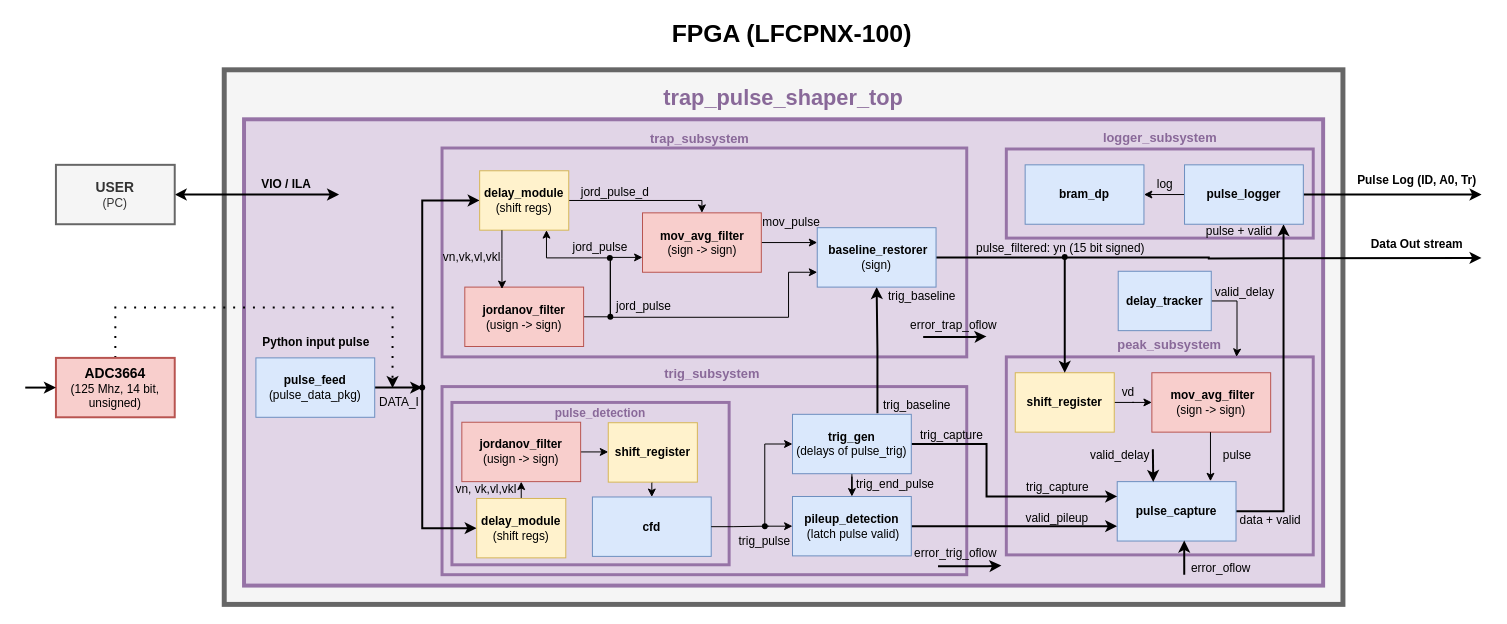
The draw.io diagram docs/Trapezoidal_Pulse_Shaper_BD.drawio in mexarlg/trap_filter, before the edit. Source tidied: cells renumbered, new cells numbered last; positions are measured from the earlier drawing's top-left corner, leaving out a move shared by most shapes. Both pictures are drawn from the tidied source at 99%, with x=0, y=0 at pixel (25, 17).
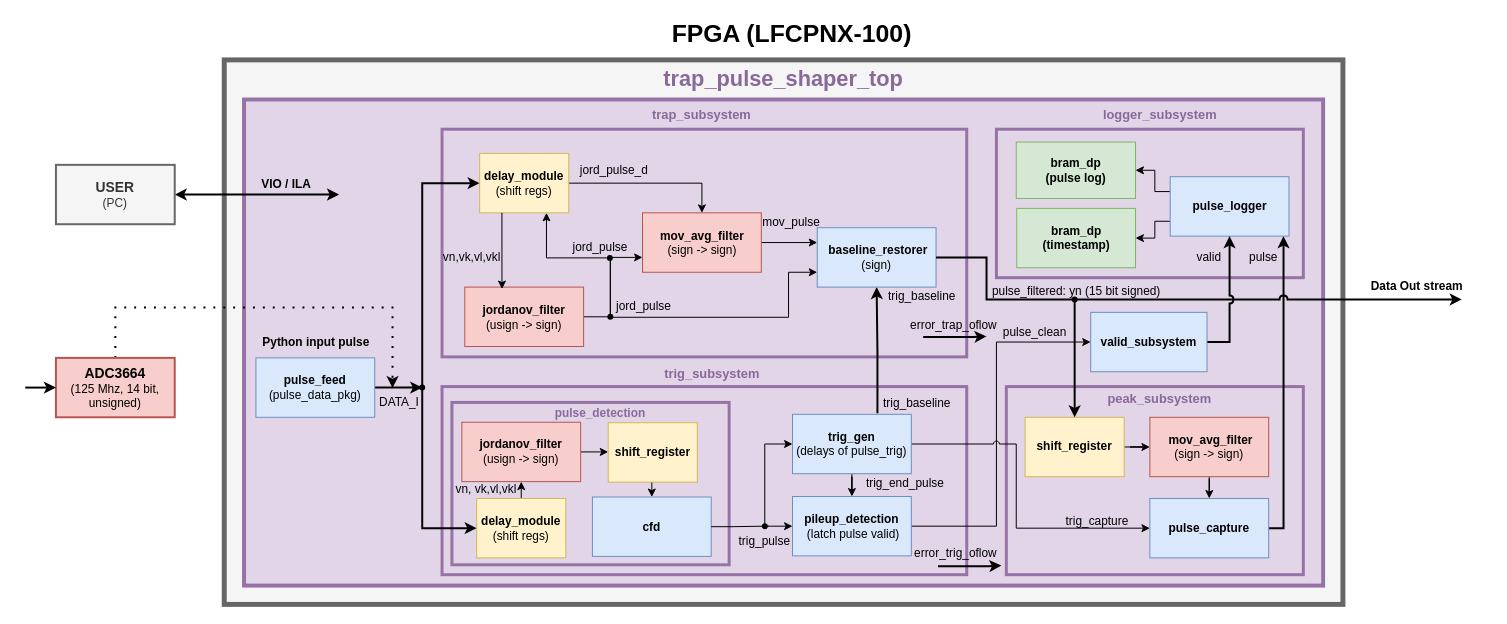
Above is the later version.

Unchanged cells that the change refers to:
```xml
<mxCell id="14" style="shape=waypoint;sketch=0;fillStyle=solid;size=6;points=[];fillColor=none;perimeter=centerPerimeter;snapToPoint=1;" parent="1" vertex="1">
  <mxGeometry x="391" y="364" width="20" height="20" as="geometry" />
</mxCell>
<mxCell id="18" value="&lt;div&gt;&lt;b&gt;pileup_detection&lt;/b&gt;&lt;/div&gt;&lt;div&gt;&amp;nbsp;(latch pulse valid)&lt;/div&gt;" style="rounded=0;whiteSpace=wrap;html=1;fillColor=#dae8fc;strokeColor=#6c8ebf;" parent="1" vertex="1">
  <mxGeometry x="775" y="484" width="120" height="60" as="geometry" />
</mxCell>
<mxCell id="32" value="&lt;div&gt;&lt;span style=&quot;background-color: transparent; color: light-dark(rgb(0, 0, 0), rgb(255, 255, 255));&quot;&gt;&lt;b&gt;&lt;font&gt;mov_avg_filter&lt;/font&gt;&lt;/b&gt;&lt;/span&gt;&lt;/div&gt;&lt;div&gt;&lt;span style=&quot;background-color: transparent; color: light-dark(rgb(0, 0, 0), rgb(255, 255, 255));&quot;&gt;&lt;font&gt;(sign -&amp;gt; sign)&lt;/font&gt;&lt;/span&gt;&lt;/div&gt;" style="rounded=0;whiteSpace=wrap;html=1;fillColor=#f8cecc;strokeColor=#b85450;" parent="1" vertex="1">
  <mxGeometry x="623.5" y="197.5" width="120" height="60" as="geometry" />
</mxCell>
<mxCell id="38" value="&lt;b&gt;trig_gen&lt;/b&gt;&lt;div&gt;(delays of pulse_trig)&lt;/div&gt;" style="rounded=0;whiteSpace=wrap;html=1;fillColor=#dae8fc;strokeColor=#6c8ebf;" parent="1" vertex="1">
  <mxGeometry x="775" y="401" width="120" height="60" as="geometry" />
</mxCell>
<mxCell id="42" value="&lt;div&gt;&lt;span style=&quot;background-color: transparent; color: light-dark(rgb(0, 0, 0), rgb(255, 255, 255));&quot;&gt;&lt;b&gt;&amp;nbsp;baseline_restorer&lt;/b&gt;&lt;/span&gt;&lt;/div&gt;&lt;div&gt;&lt;span style=&quot;background-color: transparent; color: light-dark(rgb(0, 0, 0), rgb(255, 255, 255));&quot;&gt;(sign)&lt;/span&gt;&lt;/div&gt;" style="rounded=0;whiteSpace=wrap;html=1;fillColor=#dae8fc;strokeColor=#6c8ebf;" parent="1" vertex="1">
  <mxGeometry x="800" y="212.5" width="120" height="60" as="geometry" />
</mxCell>
```

What changed in the source:
```diff
@@
     <mxCell id="2" style="rounded=0;whiteSpace=wrap;html=1;fillColor=#f5f5f5;strokeColor=#666666;strokeWidth=5;fontColor=#333333;" parent="1" vertex="1">
-      <mxGeometry x="201" y="53" width="1130" height="540" as="geometry" />
+      <mxGeometry x="201" y="43" width="1130" height="550" as="geometry" />
     </mxCell>
     <mxCell id="3" style="rounded=0;whiteSpace=wrap;html=1;fillColor=#e1d5e7;strokeColor=#9673a6;strokeWidth=4;" parent="1" vertex="1">
-      <mxGeometry x="221" y="103" width="1090" height="471" as="geometry" />
+      <mxGeometry x="221" y="83" width="1090" height="491" as="geometry" />
     </mxCell>
     <mxCell id="4" style="rounded=0;whiteSpace=wrap;html=1;fillColor=#e1d5e7;strokeColor=#9673a6;strokeWidth=3;" parent="1" vertex="1">
-      <mxGeometry x="991" y="343" width="310" height="200" as="geometry" />
+      <mxGeometry x="991" y="373" width="300" height="190" as="geometry" />
     </mxCell>
     <mxCell id="5" style="rounded=0;whiteSpace=wrap;html=1;fillColor=#e1d5e7;strokeColor=#9673a6;strokeWidth=3;" parent="1" vertex="1">
-      <mxGeometry x="991" y="133" width="310" height="90" as="geometry" />
+      <mxGeometry x="981" y="113" width="310" height="150" as="geometry" />
     </mxCell>
     <mxCell id="6" style="rounded=0;whiteSpace=wrap;html=1;fillColor=#e1d5e7;strokeColor=#9673a6;strokeWidth=3;" parent="1" vertex="1">
-      <mxGeometry x="421" y="132" width="530" height="211" as="geometry" />
+      <mxGeometry x="421" y="113" width="530" height="230" as="geometry" />
     </mxCell>
@@
     <mxCell id="13" style="edgeStyle=orthogonalEdgeStyle;rounded=0;jettySize=auto;html=1;entryX=0;entryY=0.5;entryDx=0;entryDy=0;strokeWidth=2;" parent="1" edge="1" source="14" target="16">
       <mxGeometry relative="1" as="geometry">
         <Array as="points">
-          <mxPoint x="401" y="185" />
+          <mxPoint x="401" y="167.5" />
         </Array>
       </mxGeometry>
     </mxCell>
@@
     <mxCell id="15" style="edgeStyle=orthogonalEdgeStyle;rounded=0;jettySize=auto;html=1;entryX=0.5;entryY=0;entryDx=0;entryDy=0;jumpStyle=arc;exitX=1;exitY=0.5;exitDx=0;exitDy=0;" parent="1" edge="1" source="16" target="32">
       <mxGeometry relative="1" as="geometry">
         <Array as="points">
-          <mxPoint x="683.5" y="185" />
+          <mxPoint x="683.5" y="167.5" />
         </Array>
       </mxGeometry>
     </mxCell>
     <mxCell id="16" value="&lt;div&gt;&lt;span style=&quot;background-color: transparent; color: light-dark(rgb(0, 0, 0), rgb(255, 255, 255));&quot;&gt;&lt;b&gt;delay_module&lt;/b&gt;&lt;/span&gt;&lt;/div&gt;&lt;div&gt;&lt;span style=&quot;background-color: transparent; color: light-dark(rgb(0, 0, 0), rgb(255, 255, 255));&quot;&gt;(shift regs)&lt;/span&gt;&lt;/div&gt;" style="rounded=0;whiteSpace=wrap;html=1;fillColor=#fff2cc;strokeColor=#d6b656;" parent="1" vertex="1">
-      <mxGeometry x="459" y="155" width="90" height="60" as="geometry" />
+      <mxGeometry x="459" y="137.5" width="90" height="60" as="geometry" />
     </mxCell>
-    <mxCell id="17" style="edgeStyle=orthogonalEdgeStyle;rounded=0;jettySize=auto;html=1;exitX=1;exitY=0.5;exitDx=0;exitDy=0;entryX=0;entryY=0.75;entryDx=0;entryDy=0;strokeWidth=2;" parent="1" edge="1" source="18" target="24">
-      <mxGeometry relative="1" as="geometry" />
-    </mxCell>
+    <mxCell id="103" style="edgeStyle=orthogonalEdgeStyle;rounded=0;jettySize=auto;html=1;entryX=0;entryY=0.5;entryDx=0;entryDy=0;jumpStyle=arc;" parent="1" edge="1" source="18" target="64">
+      <mxGeometry relative="1" as="geometry">
+        <Array as="points">
+          <mxPoint x="981" y="514" />
+          <mxPoint x="981" y="328" />
+        </Array>
+      </mxGeometry>
+    </mxCell>
@@
     <mxCell id="22" value="&lt;div&gt;&lt;span style=&quot;background-color: transparent; color: light-dark(rgb(0, 0, 0), rgb(255, 255, 255));&quot;&gt;&lt;b&gt;shift_register&lt;/b&gt;&lt;/span&gt;&lt;/div&gt;" style="rounded=0;whiteSpace=wrap;html=1;fillColor=#fff2cc;strokeColor=#d6b656;" parent="1" vertex="1">
-      <mxGeometry x="1000" y="359" width="100" height="60" as="geometry" />
+      <mxGeometry x="1010" y="404" width="100" height="60" as="geometry" />
     </mxCell>
-    <mxCell id="23" style="edgeStyle=orthogonalEdgeStyle;rounded=0;jettySize=auto;html=1;exitX=1;exitY=0.5;exitDx=0;exitDy=0;strokeWidth=2;" parent="1" edge="1" source="24" target="44">
+    <mxCell id="23" style="edgeStyle=orthogonalEdgeStyle;rounded=0;jettySize=auto;html=1;exitX=1;exitY=0.5;exitDx=0;exitDy=0;strokeWidth=2;jumpStyle=arc;" parent="1" edge="1" source="24" target="44">
       <mxGeometry relative="1" as="geometry">
         <Array as="points">
-          <mxPoint x="1271" y="499" />
+          <mxPoint x="1271" y="516" />
         </Array>
       </mxGeometry>
     </mxCell>
     <mxCell id="24" value="&lt;div&gt;&lt;span style=&quot;background-color: transparent; color: light-dark(rgb(0, 0, 0), rgb(255, 255, 255));&quot;&gt;&lt;b&gt;pulse_capture&lt;/b&gt;&lt;/span&gt;&lt;/div&gt;" style="rounded=0;whiteSpace=wrap;html=1;fillColor=#dae8fc;strokeColor=#6c8ebf;" parent="1" vertex="1">
-      <mxGeometry x="1103" y="469" width="120" height="60" as="geometry" />
+      <mxGeometry x="1136" y="486" width="120" height="60" as="geometry" />
     </mxCell>
@@
-    <mxCell id="27" value="&lt;div&gt;&lt;span style=&quot;background-color: transparent; color: light-dark(rgb(0, 0, 0), rgb(255, 255, 255));&quot;&gt;&lt;b&gt;bram_dp&lt;/b&gt;&lt;/span&gt;&lt;/div&gt;" style="rounded=0;whiteSpace=wrap;html=1;fillColor=#dae8fc;strokeColor=#6c8ebf;" parent="1" vertex="1">
-      <mxGeometry x="1010" y="149" width="120" height="60" as="geometry" />
+    <mxCell id="27" value="&lt;div&gt;&lt;span style=&quot;background-color: transparent; color: light-dark(rgb(0, 0, 0), rgb(255, 255, 255));&quot;&gt;&lt;b&gt;bram_dp&lt;/b&gt;&lt;/span&gt;&lt;/div&gt;&lt;div&gt;&lt;span style=&quot;background-color: transparent; color: light-dark(rgb(0, 0, 0), rgb(255, 255, 255));&quot;&gt;&lt;b&gt;(pulse log)&lt;/b&gt;&lt;/span&gt;&lt;/div&gt;" style="rounded=0;whiteSpace=wrap;html=1;fillColor=#d5e8d4;strokeColor=#82b366;" parent="1" vertex="1">
+      <mxGeometry x="1001" y="126" width="120.5" height="57" as="geometry" />
     </mxCell>
-    <mxCell id="28" style="endArrow=classic;html=1;rounded=0;exitX=1;exitY=0.5;exitDx=0;exitDy=0;strokeWidth=2;" parent="1" edge="1" source="44">
-      <mxGeometry relative="1" as="geometry">
-        <mxPoint x="1471" y="179" as="targetPoint" />
-      </mxGeometry>
-    </mxCell>
@@
     <mxCell id="33" value="&lt;b&gt;Data Out stream&lt;/b&gt;" style="text;html=1;whiteSpace=wrap;strokeColor=none;fillColor=none;align=center;verticalAlign=middle;rounded=0;" parent="1" vertex="1">
-      <mxGeometry x="1356" y="220" width="100" height="20.5" as="geometry" />
+      <mxGeometry x="1356" y="261.5" width="100" height="20.5" as="geometry" />
     </mxCell>
     <mxCell id="34" value="&lt;font&gt;trap_pulse_shaper_top&lt;/font&gt;" style="text;html=1;whiteSpace=wrap;strokeColor=none;fillColor=none;align=center;verticalAlign=middle;rounded=0;fontSize=22;fontColor=#896999;fontStyle=1;" parent="1" vertex="1">
-      <mxGeometry x="692.9" y="77" width="146.2" height="9" as="geometry" />
+      <mxGeometry x="692.9" y="58" width="146.2" height="9" as="geometry" />
     </mxCell>
@@
+    <mxCell id="37" style="edgeStyle=orthogonalEdgeStyle;rounded=0;jettySize=auto;html=1;" parent="1" edge="1" source="38" target="18">
+      <mxGeometry relative="1" as="geometry" />
+    </mxCell>
-    <mxCell id="36" style="edgeStyle=orthogonalEdgeStyle;rounded=0;jettySize=auto;html=1;exitX=1;exitY=0.5;exitDx=0;exitDy=0;entryX=0;entryY=0.25;entryDx=0;entryDy=0;strokeWidth=2;" parent="1" edge="1" source="38" target="24">
+    <mxCell id="36" style="edgeStyle=orthogonalEdgeStyle;rounded=0;jettySize=auto;html=1;entryX=0;entryY=0.5;entryDx=0;entryDy=0;jumpStyle=arc;" parent="1" edge="1" source="38" target="24">
       <mxGeometry relative="1" as="geometry">
         <Array as="points">
-          <mxPoint x="971" y="431" />
-          <mxPoint x="971" y="484" />
+          <mxPoint x="1001" y="431" />
+          <mxPoint x="1001" y="516" />
         </Array>
       </mxGeometry>
     </mxCell>
-    <mxCell id="37" style="edgeStyle=orthogonalEdgeStyle;rounded=0;jettySize=auto;html=1;" parent="1" edge="1" source="38" target="18">
-      <mxGeometry relative="1" as="geometry" />
-    </mxCell>
@@
-    <mxCell id="41" style="edgeStyle=orthogonalEdgeStyle;rounded=0;jettySize=auto;html=1;strokeWidth=2;" parent="1" edge="1" source="42">
-      <mxGeometry relative="1" as="geometry">
-        <mxPoint x="1471" y="243" as="targetPoint" />
-      </mxGeometry>
-    </mxCell>
@@
+    <mxCell id="104" style="edgeStyle=orthogonalEdgeStyle;rounded=0;jettySize=auto;html=1;exitX=0;exitY=0.75;exitDx=0;exitDy=0;entryX=1;entryY=0.5;entryDx=0;entryDy=0;" parent="1" edge="1" source="44" target="108">
+      <mxGeometry relative="1" as="geometry">
+        <Array as="points">
+          <mxPoint x="1141" y="206" />
+          <mxPoint x="1141" y="223" />
+        </Array>
+      </mxGeometry>
+    </mxCell>
-    <mxCell id="43" style="edgeStyle=orthogonalEdgeStyle;rounded=0;jettySize=auto;html=1;exitX=0;exitY=0.5;exitDx=0;exitDy=0;entryX=1;entryY=0.5;entryDx=0;entryDy=0;" parent="1" edge="1" source="44" target="27">
-      <mxGeometry relative="1" as="geometry" />
+    <mxCell id="43" style="edgeStyle=orthogonalEdgeStyle;rounded=0;jettySize=auto;html=1;exitX=0;exitY=0.25;exitDx=0;exitDy=0;entryX=1;entryY=0.5;entryDx=0;entryDy=0;" parent="1" edge="1" source="44" target="27">
+      <mxGeometry relative="1" as="geometry">
+        <Array as="points">
+          <mxPoint x="1141" y="176" />
+          <mxPoint x="1141" y="154.5" />
+        </Array>
+      </mxGeometry>
     </mxCell>
     <mxCell id="44" value="&lt;b&gt;pulse_logger&lt;/b&gt;" style="rounded=0;whiteSpace=wrap;html=1;fillColor=#dae8fc;strokeColor=#6c8ebf;" parent="1" vertex="1">
-      <mxGeometry x="1171" y="149" width="120" height="60" as="geometry" />
+      <mxGeometry x="1156.5" y="161" width="120" height="60" as="geometry" />
     </mxCell>
     <mxCell id="45" value="pulse_filtered: yn (15 bit signed)" style="text;html=1;whiteSpace=wrap;strokeColor=none;fillColor=none;align=center;verticalAlign=middle;rounded=0;" parent="1" vertex="1">
-      <mxGeometry x="951" y="219" width="190" height="30" as="geometry" />
+      <mxGeometry x="966.5" y="261.5" width="190" height="30" as="geometry" />
     </mxCell>
     <mxCell id="46" value="&lt;font style=&quot;color: rgb(137, 105, 153);&quot;&gt;&lt;b&gt;trap_subsystem&lt;/b&gt;&lt;/font&gt;" style="text;html=1;whiteSpace=wrap;strokeColor=none;fillColor=none;align=center;verticalAlign=middle;rounded=0;fontSize=13;" parent="1" vertex="1">
-      <mxGeometry x="613.5" y="107" width="135" height="30" as="geometry" />
+      <mxGeometry x="616" y="83" width="135" height="30" as="geometry" />
     </mxCell>
     <mxCell id="47" value="&lt;font style=&quot;color: rgb(137, 105, 153);&quot;&gt;&lt;b&gt;logger_subsystem&lt;/b&gt;&lt;/font&gt;" style="text;html=1;whiteSpace=wrap;strokeColor=none;fillColor=none;align=center;verticalAlign=middle;rounded=0;fontSize=13;" parent="1" vertex="1">
-      <mxGeometry x="1089.8" y="113" width="112.5" height="16" as="geometry" />
+      <mxGeometry x="1089.8" y="90" width="112.5" height="16" as="geometry" />
     </mxCell>
     <mxCell id="48" value="&lt;font style=&quot;color: rgb(137, 105, 153);&quot;&gt;&lt;b&gt;peak_subsystem&lt;/b&gt;&lt;/font&gt;" style="text;html=1;whiteSpace=wrap;strokeColor=none;fillColor=none;align=center;verticalAlign=middle;rounded=0;fontSize=13;" parent="1" vertex="1">
-      <mxGeometry x="1110.5" y="330" width="90" as="geometry" />
+      <mxGeometry x="1101" y="384" width="90" as="geometry" />
     </mxCell>
@@
+    <mxCell id="82" style="edgeStyle=orthogonalEdgeStyle;rounded=0;jettySize=auto;html=1;" parent="1" edge="1" source="50" target="24">
+      <mxGeometry relative="1" as="geometry" />
+    </mxCell>
     <mxCell id="50" value="&lt;div&gt;&lt;b&gt;&amp;nbsp;mov_avg_filter&lt;/b&gt;&lt;/div&gt;&lt;div&gt;&lt;span style=&quot;background-color: transparent; color: light-dark(rgb(0, 0, 0), rgb(255, 255, 255));&quot;&gt;(sign -&amp;gt; sign)&lt;/span&gt;&lt;/div&gt;" style="rounded=0;whiteSpace=wrap;html=1;fillColor=#f8cecc;strokeColor=#b85450;" parent="1" vertex="1">
-      <mxGeometry x="1138" y="359" width="120" height="60" as="geometry" />
+      <mxGeometry x="1136" y="404" width="120" height="60" as="geometry" />
     </mxCell>
-    <mxCell id="51" value="&lt;b&gt;Pulse Log (ID, A0, Tr)&lt;/b&gt;" style="text;html=1;whiteSpace=wrap;strokeColor=none;fillColor=none;align=center;verticalAlign=middle;rounded=0;" parent="1" vertex="1">
-      <mxGeometry x="1341" y="159" width="130" height="12" as="geometry" />
-    </mxCell>
@@
-    <mxCell id="54" value="vd&amp;nbsp;" style="text;html=1;whiteSpace=wrap;strokeColor=none;fillColor=none;align=center;verticalAlign=middle;rounded=0;" parent="1" vertex="1">
-      <mxGeometry x="1106" y="372.5" width="20" height="12" as="geometry" />
-    </mxCell>
-    <mxCell id="55" value="data + valid" style="text;html=1;whiteSpace=wrap;strokeColor=none;fillColor=none;align=center;verticalAlign=middle;rounded=0;" parent="1" vertex="1">
-      <mxGeometry x="1221" y="503" width="74" height="10" as="geometry" />
-    </mxCell>
-    <mxCell id="56" value="pulse + valid" style="text;html=1;whiteSpace=wrap;strokeColor=none;fillColor=none;align=center;verticalAlign=middle;rounded=0;" parent="1" vertex="1">
-      <mxGeometry x="1191" y="210" width="71" height="12" as="geometry" />
+    <mxCell id="56" value="valid" style="text;html=1;whiteSpace=wrap;strokeColor=none;fillColor=none;align=center;verticalAlign=middle;rounded=0;" parent="1" vertex="1">
+      <mxGeometry x="1176" y="237" width="40" height="12" as="geometry" />
     </mxCell>
@@
-    <mxCell id="59" value="log" style="text;html=1;whiteSpace=wrap;strokeColor=none;fillColor=none;align=center;verticalAlign=middle;rounded=0;" parent="1" vertex="1">
-      <mxGeometry x="1121" y="154" width="61" height="30" as="geometry" />
-    </mxCell>
@@
-    <mxCell id="62" value="valid_pileup" style="text;html=1;whiteSpace=wrap;strokeColor=none;fillColor=none;align=center;verticalAlign=middle;rounded=0;" parent="1" vertex="1">
-      <mxGeometry x="1012" y="503" width="61" height="6" as="geometry" />
-    </mxCell>
-    <mxCell id="63" style="edgeStyle=orthogonalEdgeStyle;rounded=0;jettySize=auto;html=1;entryX=0.75;entryY=0;entryDx=0;entryDy=0;exitX=1;exitY=0.5;exitDx=0;exitDy=0;" parent="1" edge="1" source="64" target="4">
-      <mxGeometry relative="1" as="geometry">
-        <Array as="points">
-          <mxPoint x="1224" y="286.5" />
-          <mxPoint x="1224" y="336.5" />
-          <mxPoint x="1223.5" y="323" />
-        </Array>
-      </mxGeometry>
-    </mxCell>
-    <mxCell id="64" value="&lt;div&gt;&lt;span style=&quot;background-color: transparent; color: light-dark(rgb(0, 0, 0), rgb(255, 255, 255));&quot;&gt;&lt;b style=&quot;&quot;&gt;&lt;font&gt;delay_tracker&lt;/font&gt;&lt;/b&gt;&lt;/span&gt;&lt;/div&gt;" style="rounded=0;whiteSpace=wrap;html=1;fillColor=#dae8fc;strokeColor=#6c8ebf;" parent="1" vertex="1">
-      <mxGeometry x="1104" y="256.5" width="94" height="60" as="geometry" />
-    </mxCell>
@@
     <mxCell id="67" value="trig_baseline" style="text;html=1;whiteSpace=wrap;strokeColor=none;fillColor=none;align=center;verticalAlign=middle;rounded=0;" parent="1" vertex="1">
-      <mxGeometry x="861" y="385" width="80" height="13" as="geometry" />
+      <mxGeometry x="861" y="383" width="80" height="13" as="geometry" />
     </mxCell>
@@
+    <mxCell id="105" style="edgeStyle=orthogonalEdgeStyle;rounded=0;jettySize=auto;html=1;strokeWidth=2;jumpStyle=arc;" parent="1" edge="1" source="72">
+      <mxGeometry relative="1" as="geometry">
+        <mxPoint x="1451" y="285" as="targetPoint" />
+      </mxGeometry>
+    </mxCell>
     <mxCell id="72" style="shape=waypoint;sketch=0;fillStyle=solid;size=6;points=[];fillColor=none;perimeter=centerPerimeter;snapToPoint=1;" parent="1" vertex="1">
-      <mxGeometry x="1040" y="232" width="20" height="20" as="geometry" />
+      <mxGeometry x="1050" y="275" width="20" height="20" as="geometry" />
     </mxCell>
@@
     <mxCell id="76" value="jord_pulse_d" style="text;html=1;whiteSpace=wrap;strokeColor=none;fillColor=none;align=center;verticalAlign=middle;rounded=0;" parent="1" vertex="1">
-      <mxGeometry x="547" y="167" width="97.5" height="19" as="geometry" />
+      <mxGeometry x="546" y="145" width="97.5" height="19" as="geometry" />
     </mxCell>
@@
-    <mxCell id="82" style="edgeStyle=orthogonalEdgeStyle;rounded=0;jettySize=auto;html=1;entryX=0.785;entryY=-0.007;entryDx=0;entryDy=0;entryPerimeter=0;exitX=0.5;exitY=1;exitDx=0;exitDy=0;" parent="1" edge="1" source="50" target="24">
-      <mxGeometry relative="1" as="geometry">
-        <Array as="points">
-          <mxPoint x="1198" y="468.6" />
-        </Array>
-      </mxGeometry>
-    </mxCell>
-    <mxCell id="83" value="pulse" style="text;html=1;whiteSpace=wrap;strokeColor=none;fillColor=none;align=center;verticalAlign=middle;rounded=0;" parent="1" vertex="1">
-      <mxGeometry x="1211" y="437.8" width="27" height="10.5" as="geometry" />
-    </mxCell>
     <mxCell id="84" value="trig_capture" style="text;html=1;whiteSpace=wrap;strokeColor=none;fillColor=none;align=center;verticalAlign=middle;rounded=0;" parent="1" vertex="1">
-      <mxGeometry x="1012" y="470.5" width="61.5" height="9" as="geometry" />
+      <mxGeometry x="1051.5" y="504" width="61.5" height="9" as="geometry" />
     </mxCell>
-    <mxCell id="85" value="valid_delay" style="text;html=1;whiteSpace=wrap;strokeColor=none;fillColor=none;align=center;verticalAlign=middle;rounded=0;" parent="1" vertex="1">
-      <mxGeometry x="1082" y="437.8" width="48" height="10.5" as="geometry" />
-    </mxCell>
@@
     <mxCell id="93" value="trig_end_pulse" style="text;html=1;whiteSpace=wrap;strokeColor=none;fillColor=none;align=center;verticalAlign=middle;rounded=0;" parent="1" vertex="1">
-      <mxGeometry x="850" y="468.5" width="58" height="7" as="geometry" />
+      <mxGeometry x="860" y="467.5" width="58" height="7" as="geometry" />
     </mxCell>
-    <mxCell id="94" value="trig_capture" style="text;html=1;whiteSpace=wrap;strokeColor=none;fillColor=none;align=center;verticalAlign=middle;rounded=0;" parent="1" vertex="1">
-      <mxGeometry x="905" y="417" width="61.5" height="9" as="geometry" />
-    </mxCell>
@@
-    <mxCell id="99" style="edgeStyle=orthogonalEdgeStyle;rounded=0;orthogonalLoop=1;jettySize=auto;html=1;entryX=0.295;entryY=0.007;entryDx=0;entryDy=0;entryPerimeter=0;strokeWidth=2;" parent="1" edge="1">
-      <mxGeometry relative="1" as="geometry">
-        <mxPoint x="1139" y="436.2" as="sourcePoint" />
-        <mxPoint x="1139.4" y="469.4" as="targetPoint" />
-        <Array as="points">
-          <mxPoint x="1139.4" y="436.3" />
-        </Array>
-      </mxGeometry>
-    </mxCell>
-    <mxCell id="100" style="edgeStyle=orthogonalEdgeStyle;rounded=0;jettySize=auto;html=1;strokeWidth=2;entryX=0.564;entryY=0.992;entryDx=0;entryDy=0;entryPerimeter=0;" parent="1" edge="1" target="24">
-      <mxGeometry relative="1" as="geometry">
-        <mxPoint x="1170.7" y="553" as="sourcePoint" />
-        <Array as="points">
-          <mxPoint x="1170.7" y="563" />
-          <mxPoint x="1170.7" y="563" />
-        </Array>
-      </mxGeometry>
-    </mxCell>
-    <mxCell id="101" value="error_oflow" style="text;html=1;whiteSpace=wrap;strokeColor=none;fillColor=none;align=center;verticalAlign=middle;rounded=0;" parent="1" vertex="1">
-      <mxGeometry x="1171" y="552" width="74" height="10" as="geometry" />
-    </mxCell>
-    <mxCell id="102" value="valid_delay" style="text;html=1;whiteSpace=wrap;strokeColor=none;fillColor=none;align=center;verticalAlign=middle;rounded=0;" parent="1" vertex="1">
-      <mxGeometry x="1208" y="272.5" width="48" height="10.5" as="geometry" />
-    </mxCell>
+    <mxCell id="106" style="edgeStyle=orthogonalEdgeStyle;rounded=0;jettySize=auto;html=1;entryX=0.5;entryY=1;entryDx=0;entryDy=0;exitX=1;exitY=0.5;exitDx=0;exitDy=0;strokeWidth=2;jumpStyle=arc;" parent="1" edge="1" source="64" target="44">
+      <mxGeometry relative="1" as="geometry" />
+    </mxCell>
+    <mxCell id="64" value="&lt;div&gt;&lt;span style=&quot;background-color: transparent; color: light-dark(rgb(0, 0, 0), rgb(255, 255, 255));&quot;&gt;&lt;b style=&quot;&quot;&gt;&lt;font&gt;valid_subsystem&lt;/font&gt;&lt;/b&gt;&lt;/span&gt;&lt;/div&gt;" style="rounded=0;whiteSpace=wrap;html=1;fillColor=#dae8fc;strokeColor=#6c8ebf;" parent="1" vertex="1">
+      <mxGeometry x="1076.2" y="298" width="117.5" height="60" as="geometry" />
+    </mxCell>
+    <mxCell id="83" value="pulse" style="text;html=1;whiteSpace=wrap;strokeColor=none;fillColor=none;align=center;verticalAlign=middle;rounded=0;" parent="1" vertex="1">
+      <mxGeometry x="1231" y="237" width="40" height="12" as="geometry" />
+    </mxCell>
+    <mxCell id="107" style="edgeStyle=orthogonalEdgeStyle;rounded=0;jettySize=auto;html=1;exitX=1;exitY=0.5;exitDx=0;exitDy=0;strokeWidth=2;endArrow=none;endFill=0;" parent="1" edge="1" source="42">
+      <mxGeometry relative="1" as="geometry">
+        <mxPoint x="1060" y="285" as="targetPoint" />
+        <Array as="points">
+          <mxPoint x="971" y="242.5" />
+          <mxPoint x="971" y="285" />
+        </Array>
+      </mxGeometry>
+    </mxCell>
+    <mxCell id="108" value="&lt;div&gt;&lt;span style=&quot;background-color: transparent; color: light-dark(rgb(0, 0, 0), rgb(255, 255, 255));&quot;&gt;&lt;b&gt;bram_dp&lt;/b&gt;&lt;/span&gt;&lt;/div&gt;&lt;div&gt;&lt;span style=&quot;background-color: transparent; color: light-dark(rgb(0, 0, 0), rgb(255, 255, 255));&quot;&gt;&lt;b&gt;(timestamp)&lt;/b&gt;&lt;/span&gt;&lt;/div&gt;" style="rounded=0;whiteSpace=wrap;html=1;fillColor=#d5e8d4;strokeColor=#82b366;" parent="1" vertex="1">
+      <mxGeometry x="1001.5" y="193" width="120" height="60" as="geometry" />
+    </mxCell>
+    <mxCell id="109" value="pulse_clean" style="text;html=1;whiteSpace=wrap;strokeColor=none;fillColor=none;align=center;verticalAlign=middle;rounded=0;" parent="1" vertex="1">
+      <mxGeometry x="988.5" y="313.5" width="61.5" height="9" as="geometry" />
+    </mxCell>
```
